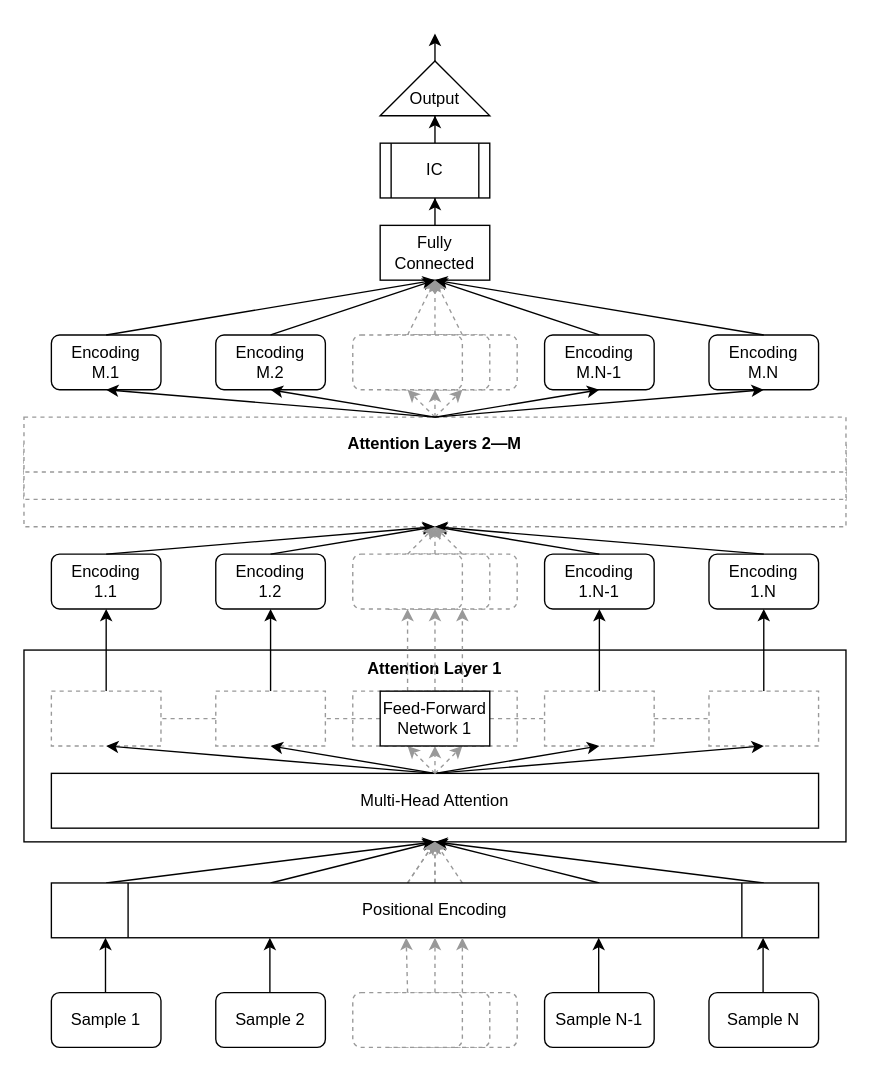
The draw.io diagram docs/Model-Design/Attention/resources/transformer-clf.drawio in sjawhar/no-wander, before the edit. Source tidied: cells renumbered, new cells numbered last; positions are measured from the earlier drawing's top-left corner, leaving out a move shared by most shapes. Both pictures are drawn from the tidied source at 137%, with x=0, y=0 at pixel (23, 33).
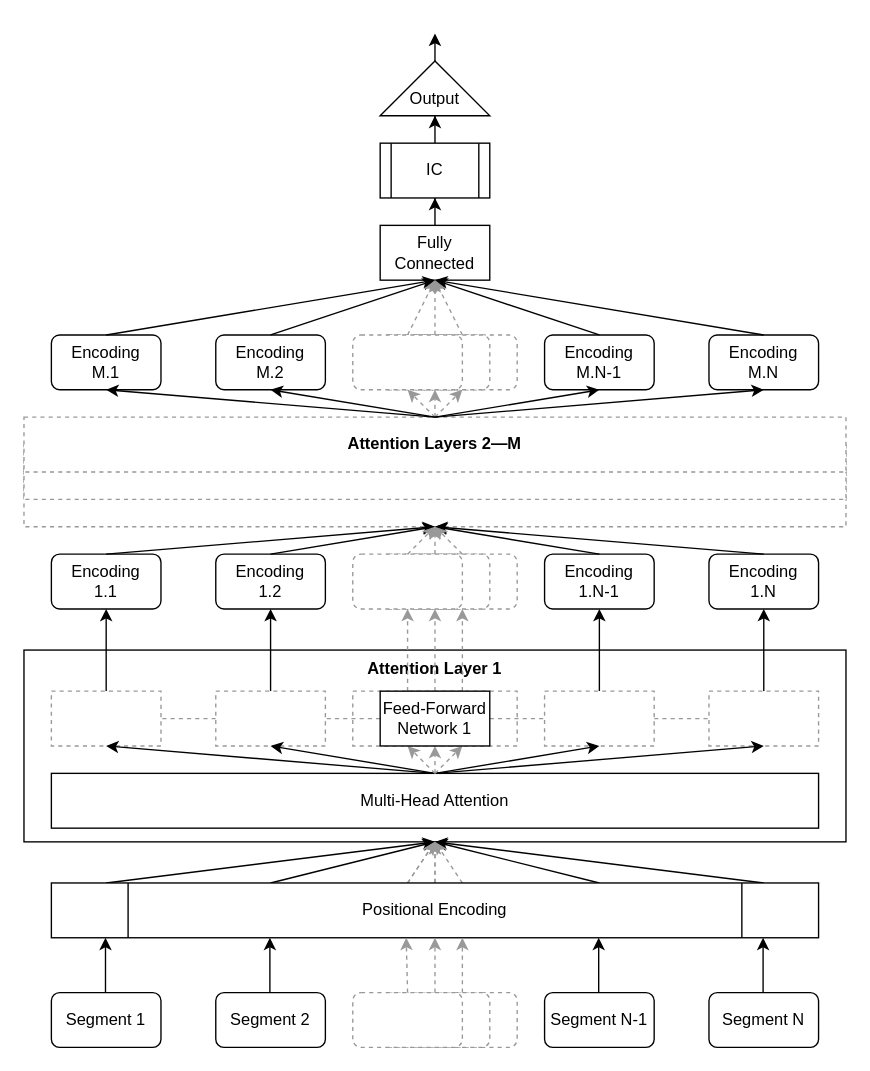
Above is the later version.

Diff of the diagram source:
```diff
@@
-    <mxCell id="3" value="Sample 1" style="rounded=1;whiteSpace=wrap;html=1;" parent="1" vertex="1">
+    <mxCell id="3" value="Segment 1" style="rounded=1;whiteSpace=wrap;html=1;" parent="1" vertex="1">
       <mxGeometry x="20" y="700" width="80" height="40" as="geometry" />
     </mxCell>
@@
-    <mxCell id="11" value="Sample 2" style="rounded=1;whiteSpace=wrap;html=1;" parent="1" vertex="1">
+    <mxCell id="11" value="Segment 2" style="rounded=1;whiteSpace=wrap;html=1;" parent="1" vertex="1">
       <mxGeometry x="140" y="700" width="80" height="40" as="geometry" />
     </mxCell>
-    <mxCell id="12" value="Sample N-1" style="rounded=1;whiteSpace=wrap;html=1;" parent="1" vertex="1">
+    <mxCell id="12" value="Segment N-1" style="rounded=1;whiteSpace=wrap;html=1;" parent="1" vertex="1">
       <mxGeometry x="380" y="700" width="80" height="40" as="geometry" />
     </mxCell>
-    <mxCell id="13" value="Sample N" style="rounded=1;whiteSpace=wrap;html=1;" parent="1" vertex="1">
+    <mxCell id="13" value="Segment N" style="rounded=1;whiteSpace=wrap;html=1;" parent="1" vertex="1">
       <mxGeometry x="500" y="700" width="80" height="40" as="geometry" />
     </mxCell>
```
